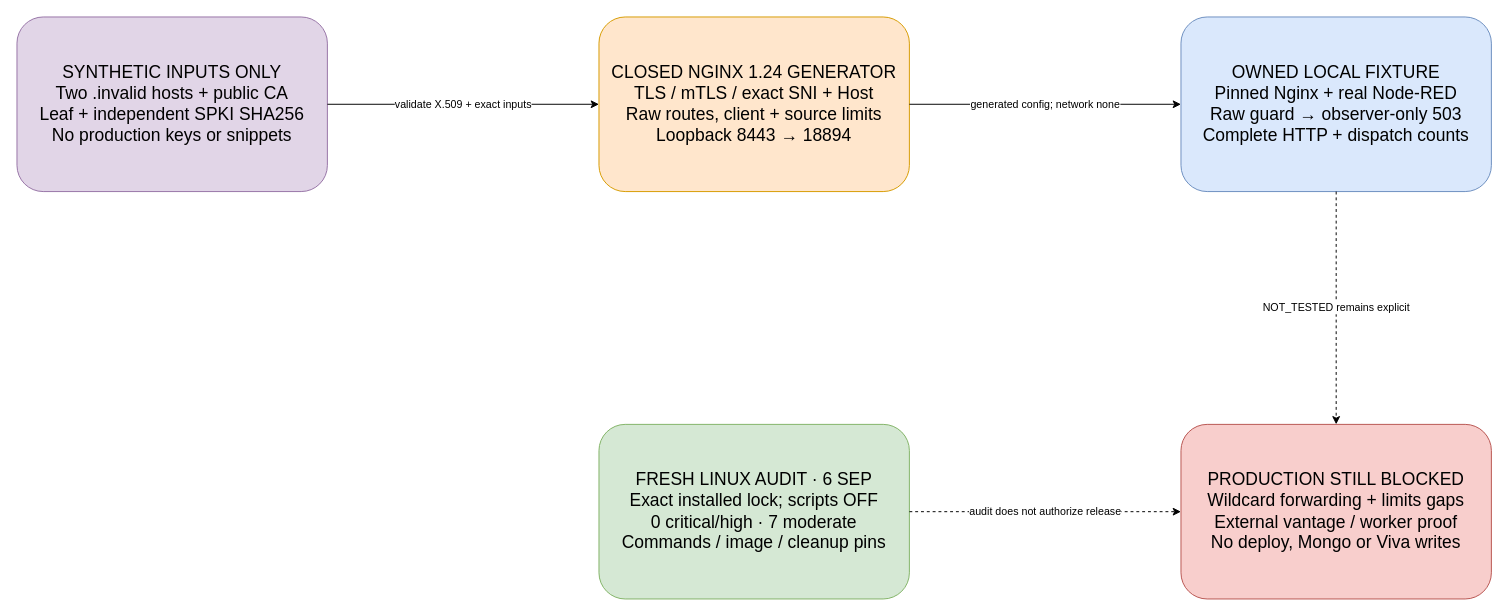
This is page "Nginx candidate and fresh audit" (4 of 4) of docs/assets/partner-game-membership-ingress-evidence.drawio from Z6v6e6r/lk, a draw.io file, before an edit. Source tidied: cells renumbered, new cells numbered last; positions are measured from the earlier drawing's top-left corner, leaving out a move shared by most shapes. Both pictures are drawn from the tidied source at 97%, with x=0, y=0 at pixel (16, 16).
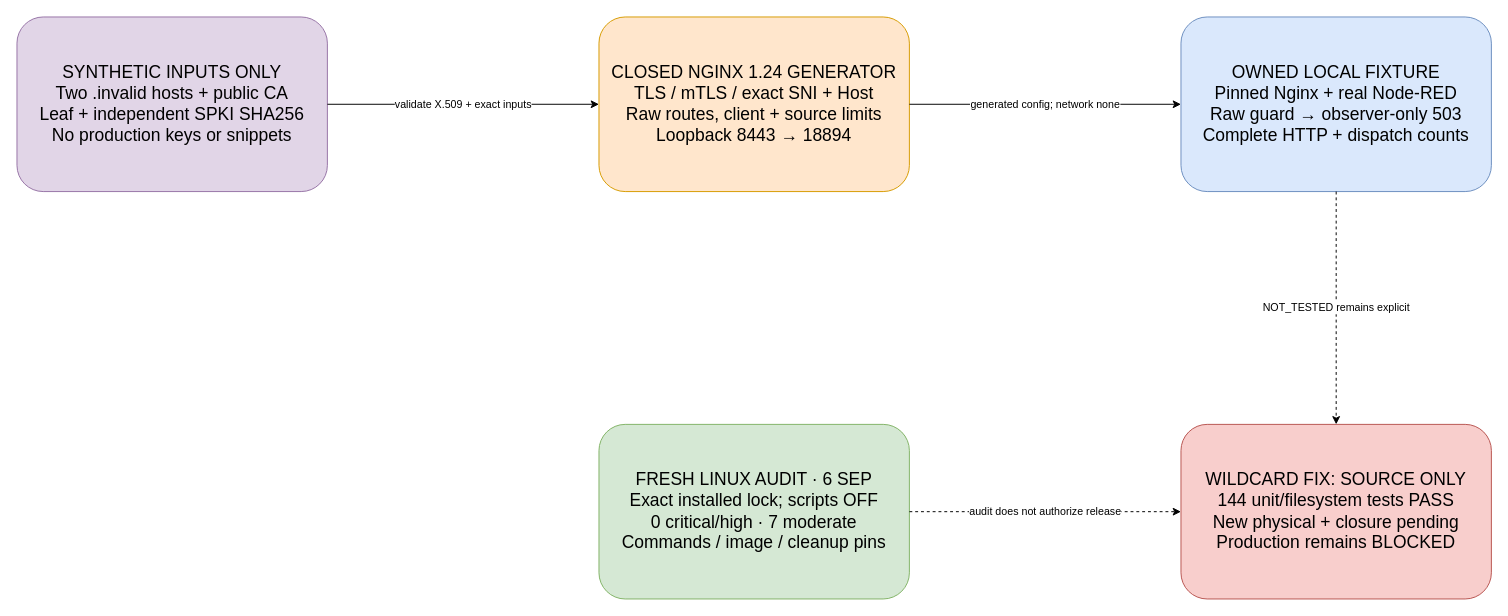
The same diagram, later.

Commit message (it also covers changes not shown here):
fix(partner): scrub forwarding after raw duplicate validation

The edit, as a diff of the source:
```diff
@@
 <mxGraphModel>
   <root>
     <mxCell id="0" />
     <mxCell id="1" parent="0" />
     <mxCell id="2" value="SYNTHETIC INPUTS ONLY&#10;Two .invalid hosts + public CA&#10;Leaf + independent SPKI SHA256&#10;No production keys or snippets" style="rounded=1;whiteSpace=wrap;html=1;fillColor=#e1d5e7;strokeColor=#9673a6;fontSize=18;spacing=14;" parent="1" vertex="1">
       <mxGeometry width="320" height="180" as="geometry" />
     </mxCell>
     <mxCell id="3" value="CLOSED NGINX 1.24 GENERATOR&#10;TLS / mTLS / exact SNI + Host&#10;Raw routes, client + source limits&#10;Loopback 8443 → 18894" style="rounded=1;whiteSpace=wrap;html=1;fillColor=#ffe6cc;strokeColor=#d79b00;fontSize=18;spacing=14;" parent="1" vertex="1">
       <mxGeometry x="600" width="320" height="180" as="geometry" />
     </mxCell>
     <mxCell id="4" value="OWNED LOCAL FIXTURE&#10;Pinned Nginx + real Node-RED&#10;Raw guard → observer-only 503&#10;Complete HTTP + dispatch counts" style="rounded=1;whiteSpace=wrap;html=1;fillColor=#dae8fc;strokeColor=#6c8ebf;fontSize=18;spacing=14;" parent="1" vertex="1">
       <mxGeometry x="1200" width="320" height="180" as="geometry" />
     </mxCell>
     <mxCell id="5" value="FRESH LINUX AUDIT · 6 SEP&#10;Exact installed lock; scripts OFF&#10;0 critical/high · 7 moderate&#10;Commands / image / cleanup pins" style="rounded=1;whiteSpace=wrap;html=1;fillColor=#d5e8d4;strokeColor=#82b366;fontSize=18;spacing=14;" parent="1" vertex="1">
       <mxGeometry x="600" y="420" width="320" height="180" as="geometry" />
     </mxCell>
-    <mxCell id="6" value="PRODUCTION STILL BLOCKED&#10;Wildcard forwarding + limits gaps&#10;External vantage / worker proof&#10;No deploy, Mongo or Viva writes" style="rounded=1;whiteSpace=wrap;html=1;fillColor=#f8cecc;strokeColor=#b85450;fontSize=18;spacing=14;" parent="1" vertex="1">
+    <mxCell id="6" value="WILDCARD FIX: SOURCE ONLY&#10;144 unit/filesystem tests PASS&#10;New physical + closure pending&#10;Production remains BLOCKED" style="rounded=1;whiteSpace=wrap;html=1;fillColor=#f8cecc;strokeColor=#b85450;fontSize=18;spacing=14;" parent="1" vertex="1">
       <mxGeometry x="1200" y="420" width="320" height="180" as="geometry" />
     </mxCell>
     <mxCell id="7" value="validate X.509 + exact inputs" style="edgeStyle=orthogonalEdgeStyle;rounded=1;jettySize=auto;html=1;exitX=1;exitY=0.5;entryX=0;entryY=0.5;" parent="1" edge="1" source="2" target="3">
       <mxGeometry relative="1" as="geometry" />
     </mxCell>
     <mxCell id="8" value="generated config; network none" style="edgeStyle=orthogonalEdgeStyle;rounded=1;jettySize=auto;html=1;exitX=1;exitY=0.5;entryX=0;entryY=0.5;" parent="1" edge="1" source="3" target="4">
       <mxGeometry relative="1" as="geometry" />
     </mxCell>
     <mxCell id="9" value="NOT_TESTED remains explicit" style="edgeStyle=orthogonalEdgeStyle;rounded=1;jettySize=auto;html=1;dashed=1;exitX=0.5;exitY=1;entryX=0.5;entryY=0;" parent="1" edge="1" source="4" target="6">
       <mxGeometry relative="1" as="geometry" />
     </mxCell>
     <mxCell id="10" value="audit does not authorize release" style="edgeStyle=orthogonalEdgeStyle;rounded=1;jettySize=auto;html=1;dashed=1;exitX=1;exitY=0.5;entryX=0;entryY=0.5;" parent="1" edge="1" source="5" target="6">
       <mxGeometry relative="1" as="geometry" />
     </mxCell>
   </root>
 </mxGraphModel>
```
